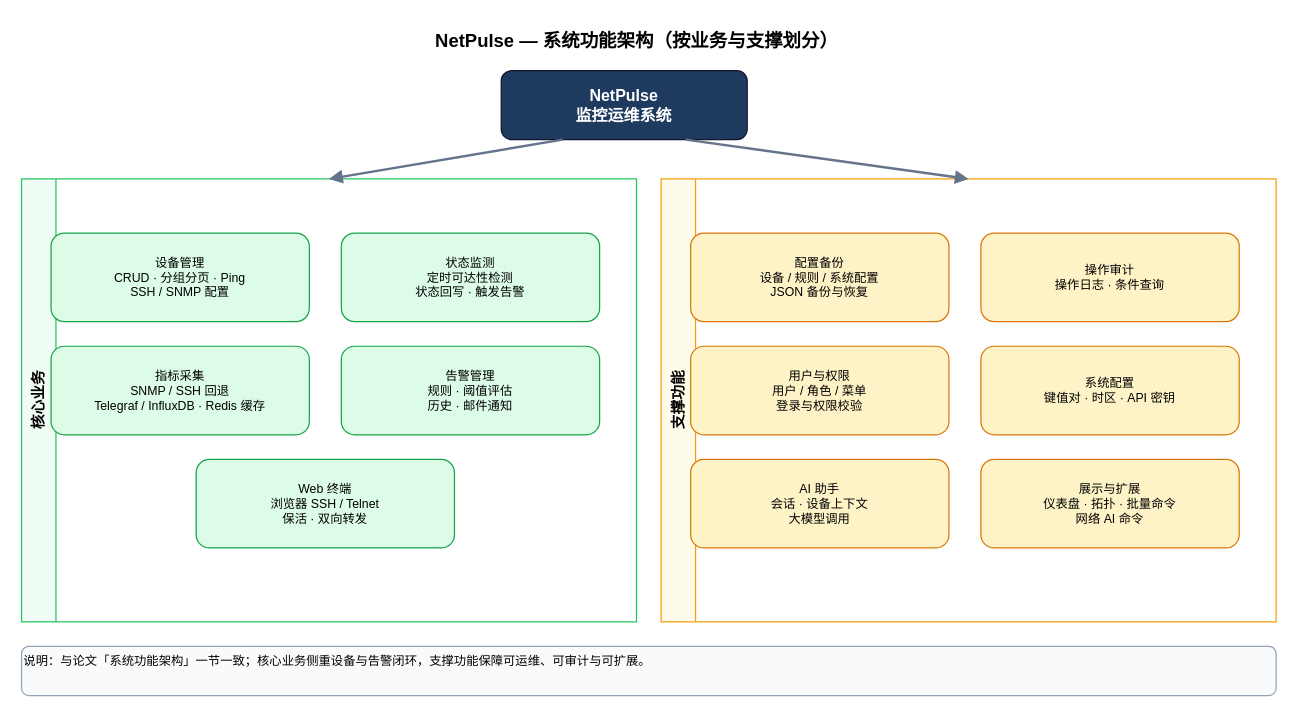
Before: page "2-功能架构" (2 of 2) of docs/NetPulse-系统架构图.drawio in zedberark/jiankong, a draw.io diagram. Source tidied: cells renumbered, new cells numbered last; positions are measured from the earlier drawing's top-left corner, leaving out a move shared by most shapes. Both pictures are drawn from the tidied source at 123%, with x=0, y=0 at pixel (21, 21).
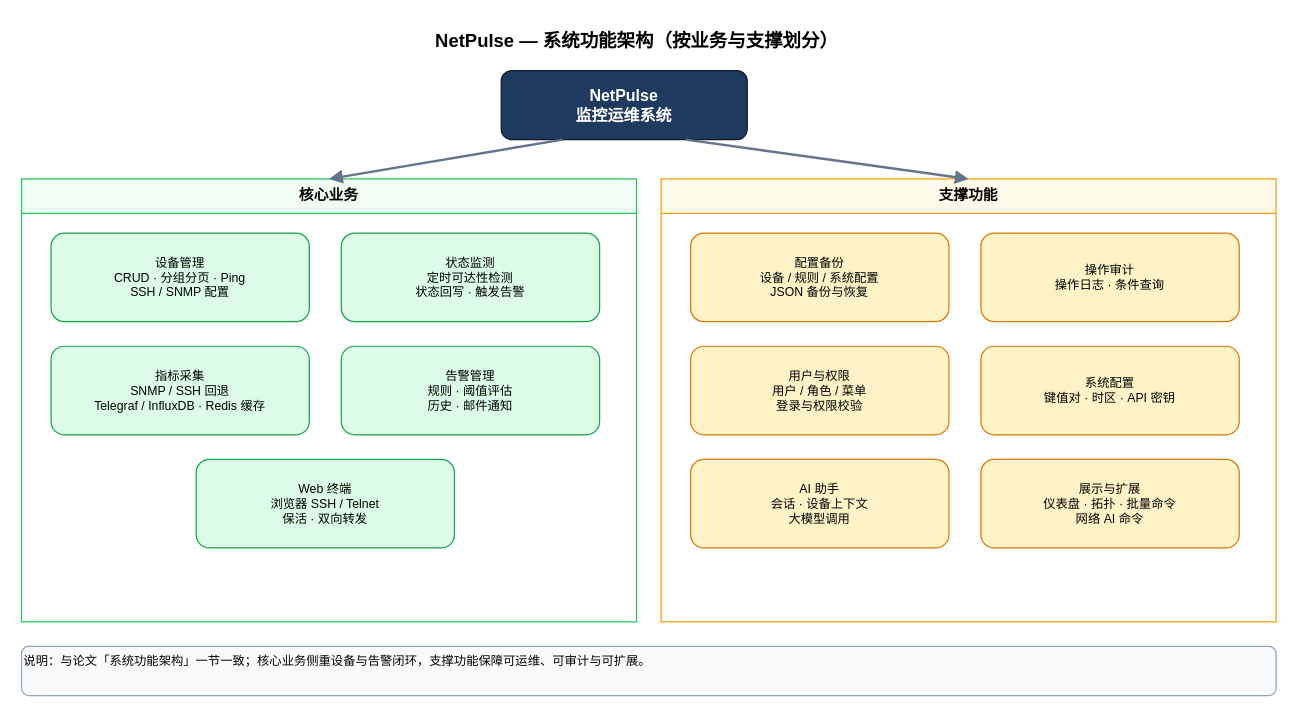
The same page after the edit.

What changed in the source:
```diff
@@
 <mxGraphModel>
   <root>
     <mxCell id="0" />
     <mxCell id="1" parent="0" />
     <mxCell id="2" value="NetPulse — 系统功能架构（按业务与支撑划分）" style="text;html=1;strokeColor=none;fillColor=none;align=center;fontSize=15;fontStyle=1;" parent="1" vertex="1">
       <mxGeometry x="180" width="640" height="28" as="geometry" />
     </mxCell>
     <mxCell id="3" value="NetPulse&#10;监控运维系统" style="rounded=1;whiteSpace=wrap;html=1;fillColor=#1e3a5f;strokeColor=#0f172a;fontColor=#ffffff;fontStyle=1;fontSize=13;" parent="1" vertex="1">
       <mxGeometry x="390" y="40" width="200" height="56" as="geometry" />
     </mxCell>
-    <mxCell id="4" value="核心业务" style="swimlane;horizontal=0;whiteSpace=wrap;html=1;fillColor=#f0fdf4;strokeColor=#22c55e;fontStyle=1;fontSize=12;startSize=28;" parent="1" vertex="1">
+    <mxCell id="4" value="核心业务" style="swimlane;horizontal=1;whiteSpace=wrap;html=1;fillColor=#f0fdf4;strokeColor=#22c55e;fontStyle=1;fontSize=12;startSize=28;" parent="1" vertex="1">
       <mxGeometry y="128" width="500" height="360" as="geometry" />
     </mxCell>
     <mxCell id="5" value="设备管理&#10;CRUD · 分组分页 · Ping&#10;SSH / SNMP 配置" style="rounded=1;whiteSpace=wrap;html=1;fillColor=#dcfce7;strokeColor=#16a34a;fontSize=10;" parent="4" vertex="1">
       <mxGeometry x="24" y="44" width="210" height="72" as="geometry" />
     </mxCell>
     <mxCell id="6" value="状态监测&#10;定时可达性检测&#10;状态回写 · 触发告警" style="rounded=1;whiteSpace=wrap;html=1;fillColor=#dcfce7;strokeColor=#16a34a;fontSize=10;" parent="4" vertex="1">
       <mxGeometry x="260" y="44" width="210" height="72" as="geometry" />
     </mxCell>
     <mxCell id="7" value="指标采集&#10;SNMP / SSH 回退&#10;Telegraf / InfluxDB · Redis 缓存" style="rounded=1;whiteSpace=wrap;html=1;fillColor=#dcfce7;strokeColor=#16a34a;fontSize=10;" parent="4" vertex="1">
       <mxGeometry x="24" y="136" width="210" height="72" as="geometry" />
     </mxCell>
     <mxCell id="8" value="告警管理&#10;规则 · 阈值评估&#10;历史 · 邮件通知" style="rounded=1;whiteSpace=wrap;html=1;fillColor=#dcfce7;strokeColor=#16a34a;fontSize=10;" parent="4" vertex="1">
       <mxGeometry x="260" y="136" width="210" height="72" as="geometry" />
     </mxCell>
     <mxCell id="9" value="Web 终端&#10;浏览器 SSH / Telnet&#10;保活 · 双向转发" style="rounded=1;whiteSpace=wrap;html=1;fillColor=#dcfce7;strokeColor=#16a34a;fontSize=10;" parent="4" vertex="1">
       <mxGeometry x="142" y="228" width="210" height="72" as="geometry" />
     </mxCell>
-    <mxCell id="10" value="支撑功能" style="swimlane;horizontal=0;whiteSpace=wrap;html=1;fillColor=#fffbeb;strokeColor=#f59e0b;fontStyle=1;fontSize=12;startSize=28;" parent="1" vertex="1">
+    <mxCell id="10" value="支撑功能" style="swimlane;horizontal=1;whiteSpace=wrap;html=1;fillColor=#fffbeb;strokeColor=#f59e0b;fontStyle=1;fontSize=12;startSize=28;" parent="1" vertex="1">
       <mxGeometry x="520" y="128" width="500" height="360" as="geometry" />
     </mxCell>
     <mxCell id="11" value="配置备份&#10;设备 / 规则 / 系统配置&#10;JSON 备份与恢复" style="rounded=1;whiteSpace=wrap;html=1;fillColor=#fef3c7;strokeColor=#d97706;fontSize=10;" parent="10" vertex="1">
       <mxGeometry x="24" y="44" width="210" height="72" as="geometry" />
     </mxCell>
     <mxCell id="12" value="操作审计&#10;操作日志 · 条件查询" style="rounded=1;whiteSpace=wrap;html=1;fillColor=#fef3c7;strokeColor=#d97706;fontSize=10;" parent="10" vertex="1">
       <mxGeometry x="260" y="44" width="210" height="72" as="geometry" />
     </mxCell>
     <mxCell id="13" value="用户与权限&#10;用户 / 角色 / 菜单&#10;登录与权限校验" style="rounded=1;whiteSpace=wrap;html=1;fillColor=#fef3c7;strokeColor=#d97706;fontSize=10;" parent="10" vertex="1">
       <mxGeometry x="24" y="136" width="210" height="72" as="geometry" />
     </mxCell>
     <mxCell id="14" value="系统配置&#10;键值对 · 时区 · API 密钥" style="rounded=1;whiteSpace=wrap;html=1;fillColor=#fef3c7;strokeColor=#d97706;fontSize=10;" parent="10" vertex="1">
       <mxGeometry x="260" y="136" width="210" height="72" as="geometry" />
     </mxCell>
     <mxCell id="15" value="AI 助手&#10;会话 · 设备上下文&#10;大模型调用" style="rounded=1;whiteSpace=wrap;html=1;fillColor=#fef3c7;strokeColor=#d97706;fontSize=10;" parent="10" vertex="1">
       <mxGeometry x="24" y="228" width="210" height="72" as="geometry" />
     </mxCell>
     <mxCell id="16" value="展示与扩展&#10;仪表盘 · 拓扑 · 批量命令&#10;网络 AI 命令" style="rounded=1;whiteSpace=wrap;html=1;fillColor=#fef3c7;strokeColor=#d97706;fontSize=10;" parent="10" vertex="1">
       <mxGeometry x="260" y="228" width="210" height="72" as="geometry" />
     </mxCell>
     <mxCell id="17" style="endArrow=block;html=1;strokeWidth=2;strokeColor=#64748b;exitX=0.25;exitY=1;exitDx=0;exitDy=0;entryX=0.5;entryY=0;entryDx=0;entryDy=0;" parent="1" edge="1" source="3" target="4">
       <mxGeometry relative="1" as="geometry" />
     </mxCell>
     <mxCell id="18" style="endArrow=block;html=1;strokeWidth=2;strokeColor=#64748b;exitX=0.75;exitY=1;exitDx=0;exitDy=0;entryX=0.5;entryY=0;entryDx=0;entryDy=0;" parent="1" edge="1" source="3" target="10">
       <mxGeometry relative="1" as="geometry" />
     </mxCell>
     <mxCell id="19" value="说明：与论文「系统功能架构」一节一致；核心业务侧重设备与告警闭环，支撑功能保障可运维、可审计与可扩展。" style="text;html=1;strokeColor=#94a3b8;fillColor=#f8fafc;align=left;verticalAlign=top;whiteSpace=wrap;rounded=1;fontSize=10;" parent="1" vertex="1">
       <mxGeometry y="508" width="1020" height="40" as="geometry" />
     </mxCell>
   </root>
 </mxGraphModel>
```
